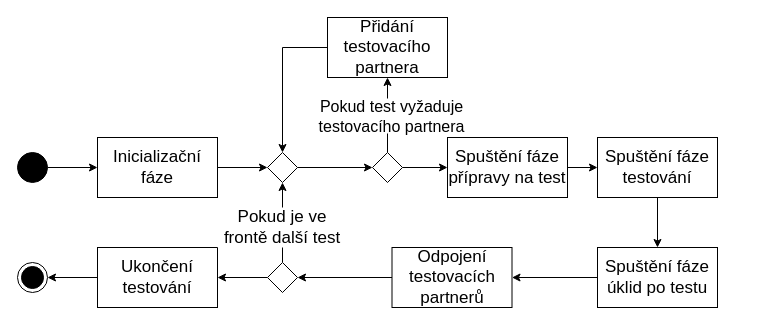
Before: assets/img/src/servicestatediagram.drawio in wheeeper/bachelors-thesis, a draw.io diagram. Source tidied: cells renumbered, new cells numbered last; positions are measured from the earlier drawing's top-left corner, leaving out a move shared by most shapes. Both pictures are drawn from the tidied source at 100%, with x=0, y=0 at pixel (17, 17).
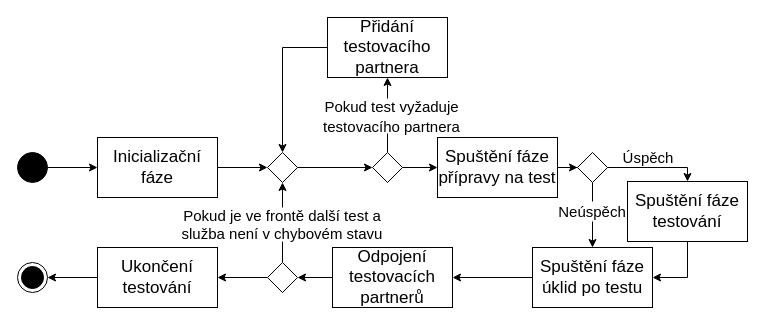
Above is the later version.

Commit message (it also covers changes not shown here):
update stavoveho diagramu sluzby

Change to the diagram source:
```diff
@@
-    <mxCell id="4" style="edgeStyle=orthogonalEdgeStyle;rounded=0;jettySize=auto;html=1;entryX=0;entryY=0.5;entryDx=0;entryDy=0;fontSize=17;" parent="1" edge="1" source="5" target="7">
-      <mxGeometry relative="1" as="geometry" />
-    </mxCell>
+    <mxCell id="29" style="edgeStyle=orthogonalEdgeStyle;rounded=0;jettySize=auto;html=1;entryX=0;entryY=0.5;entryDx=0;entryDy=0;" parent="1" edge="1" source="5" target="32">
+      <mxGeometry relative="1" as="geometry" />
+    </mxCell>
     <mxCell id="5" value="Spuštění fáze přípravy na test" style="rounded=0;whiteSpace=wrap;html=1;fontSize=17;" parent="1" vertex="1">
-      <mxGeometry x="430" y="120" width="120" height="60" as="geometry" />
+      <mxGeometry x="420" y="120" width="120" height="60" as="geometry" />
     </mxCell>
-    <mxCell id="6" style="edgeStyle=orthogonalEdgeStyle;rounded=0;jettySize=auto;html=1;entryX=0.5;entryY=0;entryDx=0;entryDy=0;fontSize=17;exitX=0.5;exitY=1;exitDx=0;exitDy=0;" parent="1" edge="1" source="7" target="9">
+    <mxCell id="6" style="edgeStyle=orthogonalEdgeStyle;rounded=0;jettySize=auto;html=1;entryX=1;entryY=0.5;entryDx=0;entryDy=0;" parent="1" edge="1" source="7" target="9">
       <mxGeometry relative="1" as="geometry" />
     </mxCell>
     <mxCell id="7" value="Spuštění fáze testování" style="rounded=0;whiteSpace=wrap;html=1;fontSize=17;" parent="1" vertex="1">
-      <mxGeometry x="580" y="120" width="120" height="60" as="geometry" />
+      <mxGeometry x="610" y="164" width="120" height="60" as="geometry" />
     </mxCell>
@@
     <mxCell id="9" value="Spuštění fáze úklid po testu" style="rounded=0;whiteSpace=wrap;html=1;fontSize=17;" parent="1" vertex="1">
-      <mxGeometry x="580" y="230" width="120" height="60" as="geometry" />
+      <mxGeometry x="515" y="230" width="120" height="60" as="geometry" />
     </mxCell>
@@
-    <mxCell id="25" value="Pokud je ve frontě další test" style="text;html=1;strokeColor=none;align=center;verticalAlign=middle;whiteSpace=wrap;rounded=0;fillColor=#ffffff;fontSize=17;" parent="1" vertex="1">
-      <mxGeometry x="200" y="190" width="130" height="40" as="geometry" />
+    <mxCell id="25" value="Pokud je ve frontě další test a služba není v chybovém stavu" style="text;html=1;strokeColor=none;align=center;verticalAlign=middle;whiteSpace=wrap;rounded=0;fillColor=#ffffff;fontSize=15;" parent="1" vertex="1">
+      <mxGeometry x="157" y="190" width="216" height="34" as="geometry" />
     </mxCell>
-    <mxCell id="26" value="Pokud test vyžaduje testovacího partnera" style="text;html=1;strokeColor=none;align=center;verticalAlign=middle;whiteSpace=wrap;rounded=0;fillColor=#ffffff;fontSize=16;" parent="1" vertex="1">
+    <mxCell id="26" value="&lt;font style=&quot;font-size: 15px&quot;&gt;Pokud test vyžaduje testovacího partnera&lt;/font&gt;" style="text;html=1;strokeColor=none;align=center;verticalAlign=middle;whiteSpace=wrap;rounded=0;fillColor=#ffffff;fontSize=16;" parent="1" vertex="1">
       <mxGeometry x="269" y="81" width="211" height="35" as="geometry" />
     </mxCell>
@@
     <mxCell id="28" value="Odpojení testovacích partnerů" style="rounded=0;whiteSpace=wrap;html=1;fontSize=17;" parent="1" vertex="1">
-      <mxGeometry x="374.5" y="230" width="120" height="60" as="geometry" />
+      <mxGeometry x="315" y="230" width="120" height="60" as="geometry" />
     </mxCell>
+    <mxCell id="30" style="edgeStyle=orthogonalEdgeStyle;rounded=0;jettySize=auto;html=1;entryX=0.5;entryY=0;entryDx=0;entryDy=0;" parent="1" edge="1" source="32" target="7">
+      <mxGeometry relative="1" as="geometry">
+        <Array as="points">
+          <mxPoint x="670" y="150" />
+        </Array>
+      </mxGeometry>
+    </mxCell>
+    <mxCell id="31" style="edgeStyle=orthogonalEdgeStyle;rounded=0;jettySize=auto;html=1;entryX=0.5;entryY=0;entryDx=0;entryDy=0;" parent="1" edge="1" source="32" target="9">
+      <mxGeometry relative="1" as="geometry" />
+    </mxCell>
+    <mxCell id="32" style="rhombus;whiteSpace=wrap;html=1;strokeColor=#000000;fontSize=17;" parent="1" vertex="1">
+      <mxGeometry x="560" y="135" width="30" height="30" as="geometry" />
+    </mxCell>
+    <mxCell id="33" value="Úspěch" style="text;html=1;strokeColor=none;align=center;verticalAlign=middle;whiteSpace=wrap;rounded=0;fillColor=#ffffff;fontSize=15;" parent="1" vertex="1">
+      <mxGeometry x="596" y="135" width="70" height="10" as="geometry" />
+    </mxCell>
+    <mxCell id="34" value="Neúspěch" style="text;html=1;strokeColor=none;align=center;verticalAlign=middle;whiteSpace=wrap;rounded=0;fillColor=#ffffff;fontSize=15;" parent="1" vertex="1">
+      <mxGeometry x="545" y="184" width="60" height="20" as="geometry" />
+    </mxCell>
```
